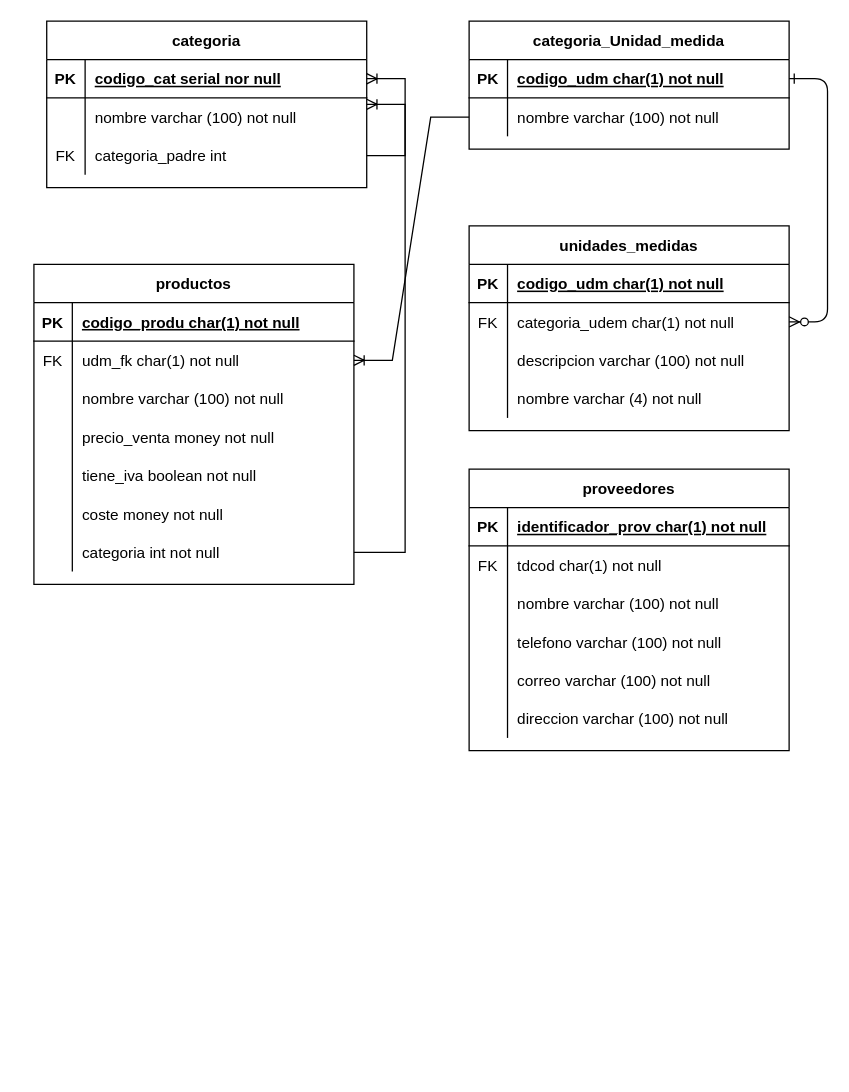
Before: Diagrama sin título.drawio in PaulRiveraC/kraveDev, a draw.io diagram. Source tidied: cells renumbered, new cells numbered last; positions are measured from the earlier drawing's top-left corner, leaving out a move shared by most shapes. Both pictures are drawn from the tidied source at 128%, with x=0, y=0 at pixel (33, 20).
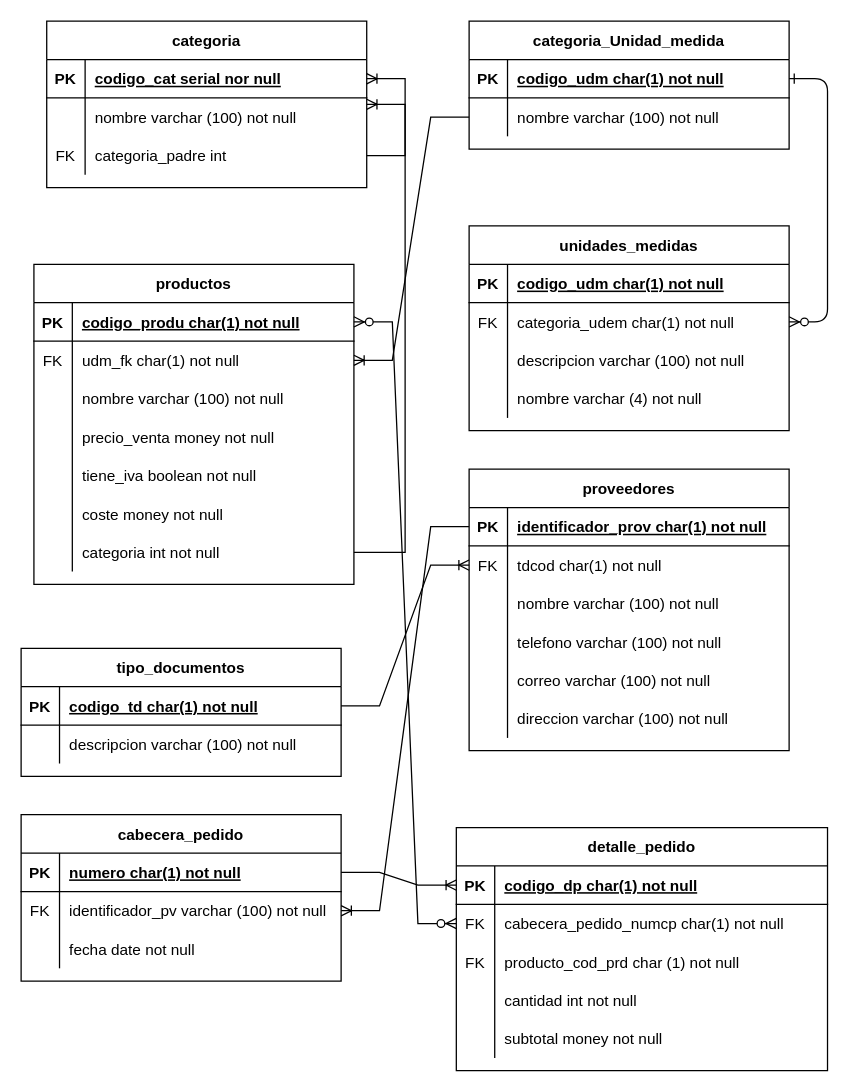
The same diagram, later.

Unchanged cells that the change refers to:
```xml
<mxCell id="35" style="shape=partialRectangle;fillColor=none;points=[[0,0.5],[1,0.5]];portConstraint=eastwest;top=0;left=0;right=0;bottom=1;" parent="34" vertex="1">
  <mxGeometry y="30" width="250" height="30" as="geometry" />
</mxCell>
<mxCell id="59" style="shape=partialRectangle;fillColor=none;points=[[0,0.5],[1,0.5]];portConstraint=eastwest;top=0;left=0;right=0;bottom=1;" parent="58" vertex="1">
  <mxGeometry y="30" width="250" height="30" as="geometry" />
</mxCell>
<mxCell id="62" style="shape=partialRectangle;fillColor=none;points=[[0,0.5],[1,0.5]];portConstraint=eastwest;top=0;left=0;right=0;bottom=0;" parent="58" vertex="1">
  <mxGeometry y="60" width="250" height="30" as="geometry" />
</mxCell>
```

Diff of the diagram source:
```diff
@@
+    <mxCell id="77" value="tipo_documentos" style="shape=table;startSize=30;childLayout=tableLayout;rowLines=0;fontStyle=1;align=center;" parent="1" vertex="1">
+      <mxGeometry x="-10" y="490" width="250" height="100" as="geometry" />
+    </mxCell>
+    <mxCell id="78" style="shape=partialRectangle;fillColor=none;points=[[0,0.5],[1,0.5]];portConstraint=eastwest;top=0;left=0;right=0;bottom=1;" parent="77" vertex="1">
+      <mxGeometry y="30" width="250" height="30" as="geometry" />
+    </mxCell>
+    <mxCell id="79" value="PK" style="shape=partialRectangle;overflow=hidden;fillColor=none;top=0;left=0;bottom=0;right=0;fontStyle=1;" parent="78" vertex="1">
+      <mxGeometry width="30" height="30" as="geometry" />
+    </mxCell>
+    <mxCell id="80" value="codigo_td char(1) not null" style="shape=partialRectangle;overflow=hidden;fillColor=none;top=0;left=0;bottom=0;right=0;align=left;spacingLeft=6;fontStyle=5;" parent="78" vertex="1">
+      <mxGeometry x="30" width="220" height="30" as="geometry" />
+    </mxCell>
+    <mxCell id="81" style="shape=partialRectangle;fillColor=none;top=0;left=0;right=0;bottom=0;" parent="77" vertex="1">
+      <mxGeometry y="60" width="250" height="30" as="geometry" />
+    </mxCell>
+    <mxCell id="82" style="shape=partialRectangle;overflow=hidden;fillColor=none;top=0;left=0;bottom=0;right=0;" parent="81" vertex="1">
+      <mxGeometry width="30" height="30" as="geometry" />
+    </mxCell>
+    <mxCell id="83" value="descripcion varchar (100) not null" style="shape=partialRectangle;overflow=hidden;fillColor=none;top=0;left=0;bottom=0;right=0;align=left;spacingLeft=6;" parent="81" vertex="1">
+      <mxGeometry x="30" width="220" height="30" as="geometry" />
+    </mxCell>
+    <mxCell id="84" value="cabecera_pedido" style="shape=table;startSize=30;childLayout=tableLayout;rowLines=0;fontStyle=1;align=center;" parent="1" vertex="1">
+      <mxGeometry x="-10" y="620" width="250" height="130" as="geometry" />
+    </mxCell>
+    <mxCell id="85" style="shape=partialRectangle;fillColor=none;points=[[0,0.5],[1,0.5]];portConstraint=eastwest;top=0;left=0;right=0;bottom=1;" parent="84" vertex="1">
+      <mxGeometry y="30" width="250" height="30" as="geometry" />
+    </mxCell>
+    <mxCell id="86" value="PK" style="shape=partialRectangle;overflow=hidden;fillColor=none;top=0;left=0;bottom=0;right=0;fontStyle=1;" parent="85" vertex="1">
+      <mxGeometry width="30" height="30" as="geometry" />
+    </mxCell>
+    <mxCell id="87" value="numero char(1) not null" style="shape=partialRectangle;overflow=hidden;fillColor=none;top=0;left=0;bottom=0;right=0;align=left;spacingLeft=6;fontStyle=5;" parent="85" vertex="1">
+      <mxGeometry x="30" width="220" height="30" as="geometry" />
+    </mxCell>
+    <mxCell id="88" style="shape=partialRectangle;fillColor=none;points=[[0,0.5],[1,0.5]];portConstraint=eastwest;top=0;left=0;right=0;bottom=0;" parent="84" vertex="1">
+      <mxGeometry y="60" width="250" height="30" as="geometry" />
+    </mxCell>
+    <mxCell id="89" value="FK" style="shape=partialRectangle;overflow=hidden;fillColor=none;top=0;left=0;bottom=0;right=0;" parent="88" vertex="1">
+      <mxGeometry width="30" height="30" as="geometry" />
+    </mxCell>
+    <mxCell id="90" value="identificador_pv varchar (100) not null" style="shape=partialRectangle;overflow=hidden;fillColor=none;top=0;left=0;bottom=0;right=0;align=left;spacingLeft=6;" parent="88" vertex="1">
+      <mxGeometry x="30" width="220" height="30" as="geometry" />
+    </mxCell>
+    <mxCell id="91" style="shape=partialRectangle;fillColor=none;top=0;left=0;right=0;bottom=0;" parent="84" vertex="1">
+      <mxGeometry y="90" width="250" height="30" as="geometry" />
+    </mxCell>
+    <mxCell id="92" style="shape=partialRectangle;overflow=hidden;fillColor=none;top=0;left=0;bottom=0;right=0;" parent="91" vertex="1">
+      <mxGeometry width="30" height="30" as="geometry" />
+    </mxCell>
+    <mxCell id="93" value="fecha date not null" style="shape=partialRectangle;overflow=hidden;fillColor=none;top=0;left=0;bottom=0;right=0;align=left;spacingLeft=6;" parent="91" vertex="1">
+      <mxGeometry x="30" width="220" height="30" as="geometry" />
+    </mxCell>
+    <mxCell id="94" value="detalle_pedido" style="shape=table;startSize=30;childLayout=tableLayout;rowLines=0;fontStyle=1;align=center;" parent="1" vertex="1">
+      <mxGeometry x="330" y="630" width="290" height="190" as="geometry" />
+    </mxCell>
+    <mxCell id="95" style="shape=partialRectangle;fillColor=none;points=[[0,0.5],[1,0.5]];portConstraint=eastwest;top=0;left=0;right=0;bottom=1;" parent="94" vertex="1">
+      <mxGeometry y="30" width="290" height="30" as="geometry" />
+    </mxCell>
+    <mxCell id="96" value="PK" style="shape=partialRectangle;overflow=hidden;fillColor=none;top=0;left=0;bottom=0;right=0;fontStyle=1;" parent="95" vertex="1">
+      <mxGeometry width="30" height="30" as="geometry" />
+    </mxCell>
+    <mxCell id="97" value="codigo_dp char(1) not null" style="shape=partialRectangle;overflow=hidden;fillColor=none;top=0;left=0;bottom=0;right=0;align=left;spacingLeft=6;fontStyle=5;" parent="95" vertex="1">
+      <mxGeometry x="30" width="260" height="30" as="geometry" />
+    </mxCell>
+    <mxCell id="98" style="shape=partialRectangle;fillColor=none;points=[[0,0.5],[1,0.5]];portConstraint=eastwest;top=0;left=0;right=0;bottom=0;" parent="94" vertex="1">
+      <mxGeometry y="60" width="290" height="30" as="geometry" />
+    </mxCell>
+    <mxCell id="99" value="FK" style="shape=partialRectangle;overflow=hidden;fillColor=none;top=0;left=0;bottom=0;right=0;" parent="98" vertex="1">
+      <mxGeometry width="30" height="30" as="geometry" />
+    </mxCell>
+    <mxCell id="100" value="cabecera_pedido_numcp char(1) not null" style="shape=partialRectangle;overflow=hidden;fillColor=none;top=0;left=0;bottom=0;right=0;align=left;spacingLeft=6;" parent="98" vertex="1">
+      <mxGeometry x="30" width="260" height="30" as="geometry" />
+    </mxCell>
+    <mxCell id="101" style="shape=partialRectangle;fillColor=none;top=0;left=0;right=0;bottom=0;" parent="94" vertex="1">
+      <mxGeometry y="90" width="290" height="30" as="geometry" />
+    </mxCell>
+    <mxCell id="102" value="FK" style="shape=partialRectangle;overflow=hidden;fillColor=none;top=0;left=0;bottom=0;right=0;" parent="101" vertex="1">
+      <mxGeometry width="30" height="30" as="geometry" />
+    </mxCell>
+    <mxCell id="103" value="producto_cod_prd char (1) not null" style="shape=partialRectangle;overflow=hidden;fillColor=none;top=0;left=0;bottom=0;right=0;align=left;spacingLeft=6;" parent="101" vertex="1">
+      <mxGeometry x="30" width="260" height="30" as="geometry" />
+    </mxCell>
+    <mxCell id="104" style="shape=partialRectangle;fillColor=none;top=0;left=0;right=0;bottom=0;" parent="94" vertex="1">
+      <mxGeometry y="120" width="290" height="30" as="geometry" />
+    </mxCell>
+    <mxCell id="105" style="shape=partialRectangle;overflow=hidden;fillColor=none;top=0;left=0;bottom=0;right=0;" parent="104" vertex="1">
+      <mxGeometry width="30" height="30" as="geometry" />
+    </mxCell>
+    <mxCell id="106" value="cantidad int not null" style="shape=partialRectangle;overflow=hidden;fillColor=none;top=0;left=0;bottom=0;right=0;align=left;spacingLeft=6;" parent="104" vertex="1">
+      <mxGeometry x="30" width="260" height="30" as="geometry" />
+    </mxCell>
+    <mxCell id="107" style="shape=partialRectangle;fillColor=none;top=0;left=0;right=0;bottom=0;" parent="94" vertex="1">
+      <mxGeometry y="150" width="290" height="30" as="geometry" />
+    </mxCell>
+    <mxCell id="108" style="shape=partialRectangle;overflow=hidden;fillColor=none;top=0;left=0;bottom=0;right=0;" parent="107" vertex="1">
+      <mxGeometry width="30" height="30" as="geometry" />
+    </mxCell>
+    <mxCell id="109" value="subtotal money not null" style="shape=partialRectangle;overflow=hidden;fillColor=none;top=0;left=0;bottom=0;right=0;align=left;spacingLeft=6;" parent="107" vertex="1">
+      <mxGeometry x="30" width="260" height="30" as="geometry" />
+    </mxCell>
+    <mxCell id="110" style="edgeStyle=entityRelationEdgeStyle;fontSize=12;html=1;endArrow=ERoneToMany;rounded=0;" parent="1" edge="1" source="85" target="95">
+      <mxGeometry relative="1" as="geometry" />
+    </mxCell>
+    <mxCell id="111" style="edgeStyle=entityRelationEdgeStyle;fontSize=12;html=1;endArrow=ERzeroToMany;endFill=1;startArrow=ERzeroToMany;rounded=0;" parent="1" edge="1" source="35" target="98">
+      <mxGeometry relative="1" as="geometry" />
+    </mxCell>
+    <mxCell id="112" style="edgeStyle=entityRelationEdgeStyle;fontSize=12;html=1;endArrow=ERoneToMany;rounded=0;" parent="1" edge="1" source="59" target="88">
+      <mxGeometry relative="1" as="geometry" />
+    </mxCell>
+    <mxCell id="113" style="edgeStyle=entityRelationEdgeStyle;fontSize=12;html=1;endArrow=ERoneToMany;rounded=0;" parent="1" edge="1" source="78" target="62">
+      <mxGeometry relative="1" as="geometry" />
+    </mxCell>
```
